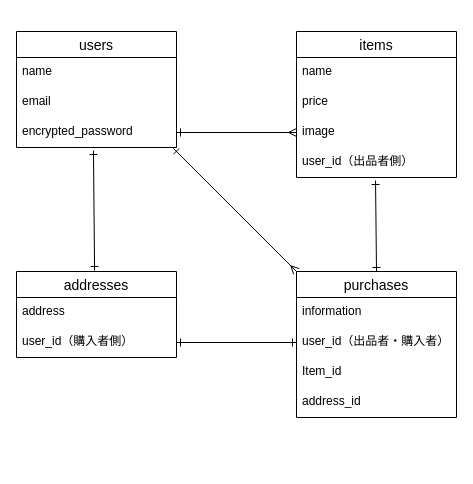
Above: er.dio in Rei-envy/furima-39366 (draw.io), before the change. Source tidied: cells renumbered, new cells numbered last; positions are measured from the earlier drawing's top-left corner, leaving out a move shared by most shapes. Both pictures are drawn from the tidied source at 100%, with x=0, y=0 at pixel (16, 31).
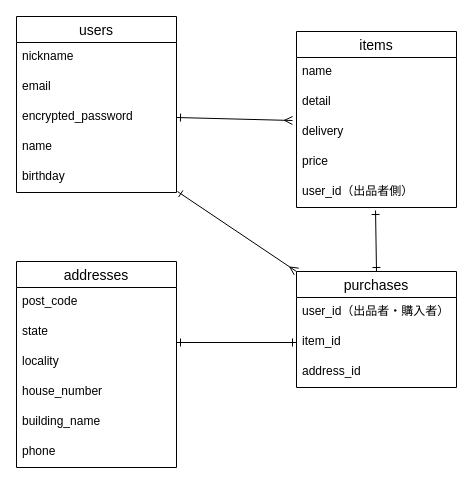
After the change.

Commit message (it also covers changes not shown here):
データベース設計の修正

Unchanged cells that the change refers to:
```xml
<mxCell id="5" value="encrypted_password" style="text;strokeColor=none;fillColor=none;spacingLeft=4;spacingRight=4;overflow=hidden;points=[[0,0.5],[1,0.5]];portConstraint=eastwest;fontSize=12;" parent="2" vertex="1">
  <mxGeometry y="86" width="160" height="30" as="geometry" />
</mxCell>
```

What changed in the source:
```diff
@@
     <mxCell id="2" value="users" style="swimlane;fontStyle=0;horizontal=1;startSize=26;align=center;fontSize=14;" parent="1" vertex="1">
-      <mxGeometry width="160" height="116" as="geometry" />
+      <mxGeometry y="-15" width="160" height="176" as="geometry" />
     </mxCell>
-    <mxCell id="3" value="name    " style="text;strokeColor=none;fillColor=none;spacingLeft=4;spacingRight=4;overflow=hidden;fontSize=12;" parent="2" vertex="1">
+    <mxCell id="3" value="nickname    " style="text;strokeColor=none;fillColor=none;spacingLeft=4;spacingRight=4;overflow=hidden;fontSize=12;" parent="2" vertex="1">
       <mxGeometry y="26" width="160" height="30" as="geometry" />
     </mxCell>
@@
+    <mxCell id="24" value="name" style="text;strokeColor=none;fillColor=none;spacingLeft=4;spacingRight=4;overflow=hidden;fontSize=12;" parent="2" vertex="1">
+      <mxGeometry y="116" width="160" height="30" as="geometry" />
+    </mxCell>
+    <mxCell id="25" value="birthday&#10;" style="text;strokeColor=none;fillColor=none;spacingLeft=4;spacingRight=4;overflow=hidden;points=[[0,0.5],[1,0.5]];portConstraint=eastwest;fontSize=12;" parent="2" vertex="1">
+      <mxGeometry y="146" width="160" height="30" as="geometry" />
+    </mxCell>
     <mxCell id="6" value="items" style="swimlane;fontStyle=0;horizontal=1;startSize=26;align=center;fontSize=14;" parent="1" vertex="1">
-      <mxGeometry x="280" width="160" height="146" as="geometry" />
+      <mxGeometry x="280" width="160" height="176" as="geometry" />
     </mxCell>
@@
+    <mxCell id="9" value="detail" style="text;strokeColor=none;fillColor=none;spacingLeft=4;spacingRight=4;overflow=hidden;points=[[0,0.5],[1,0.5]];portConstraint=eastwest;fontSize=12;" parent="6" vertex="1">
+      <mxGeometry y="56" width="160" height="30" as="geometry" />
+    </mxCell>
+    <mxCell id="26" value="delivery" style="text;strokeColor=none;fillColor=none;spacingLeft=4;spacingRight=4;overflow=hidden;points=[[0,0.5],[1,0.5]];portConstraint=eastwest;fontSize=12;" parent="6" vertex="1">
+      <mxGeometry y="86" width="160" height="30" as="geometry" />
+    </mxCell>
     <mxCell id="8" value="price" style="text;strokeColor=none;fillColor=none;spacingLeft=4;spacingRight=4;overflow=hidden;fontSize=12;" parent="6" vertex="1">
-      <mxGeometry y="56" width="160" height="30" as="geometry" />
+      <mxGeometry y="116" width="160" height="30" as="geometry" />
     </mxCell>
-    <mxCell id="9" value="image" style="text;strokeColor=none;fillColor=none;spacingLeft=4;spacingRight=4;overflow=hidden;points=[[0,0.5],[1,0.5]];portConstraint=eastwest;fontSize=12;" parent="6" vertex="1">
-      <mxGeometry y="86" width="160" height="30" as="geometry" />
-    </mxCell>
     <mxCell id="10" value="user_id（出品者側）" style="text;strokeColor=none;fillColor=none;spacingLeft=4;spacingRight=4;overflow=hidden;points=[[0,0.5],[1,0.5]];portConstraint=eastwest;fontSize=12;" parent="6" vertex="1">
-      <mxGeometry y="116" width="160" height="30" as="geometry" />
+      <mxGeometry y="146" width="160" height="30" as="geometry" />
     </mxCell>
     <mxCell id="11" value="purchases" style="swimlane;fontStyle=0;horizontal=1;startSize=26;align=center;fontSize=14;" parent="1" vertex="1">
-      <mxGeometry x="280" y="240" width="160" height="146" as="geometry" />
+      <mxGeometry x="280" y="240" width="160" height="116" as="geometry" />
     </mxCell>
-    <mxCell id="12" value="information" style="text;strokeColor=none;fillColor=none;spacingLeft=4;spacingRight=4;overflow=hidden;fontSize=12;" parent="11" vertex="1">
-      <mxGeometry y="26" width="160" height="30" as="geometry" />
-    </mxCell>
     <mxCell id="13" value="user_id（出品者・購入者）" style="text;strokeColor=none;fillColor=none;spacingLeft=4;spacingRight=4;overflow=hidden;points=[[0,0.5],[1,0.5]];portConstraint=eastwest;fontSize=12;" parent="11" vertex="1">
-      <mxGeometry y="56" width="160" height="30" as="geometry" />
+      <mxGeometry y="26" width="160" height="30" as="geometry" />
     </mxCell>
-    <mxCell id="14" value="Item_id" style="text;strokeColor=none;fillColor=none;spacingLeft=4;spacingRight=4;overflow=hidden;fontSize=12;labelBorderColor=none;" parent="11" vertex="1">
-      <mxGeometry y="86" width="160" height="30" as="geometry" />
+    <mxCell id="14" value="item_id" style="text;strokeColor=none;fillColor=none;spacingLeft=4;spacingRight=4;overflow=hidden;fontSize=12;labelBorderColor=none;" parent="11" vertex="1">
+      <mxGeometry y="56" width="160" height="30" as="geometry" />
     </mxCell>
     <mxCell id="15" value="address_id" style="text;strokeColor=none;fillColor=none;spacingLeft=4;spacingRight=4;overflow=hidden;fontSize=12;" parent="11" vertex="1">
-      <mxGeometry y="116" width="160" height="30" as="geometry" />
+      <mxGeometry y="86" width="160" height="30" as="geometry" />
     </mxCell>
     <mxCell id="16" value="addresses" style="swimlane;fontStyle=0;horizontal=1;startSize=26;align=center;fontSize=14;labelBorderColor=none;strokeColor=default;swimlaneLine=1;fillColor=default;" parent="1" vertex="1">
-      <mxGeometry y="240" width="160" height="86" as="geometry" />
+      <mxGeometry y="230" width="160" height="206" as="geometry" />
     </mxCell>
-    <mxCell id="17" value="address" style="text;strokeColor=none;fillColor=none;spacingLeft=4;spacingRight=4;overflow=hidden;fontSize=12;labelBorderColor=none;" parent="16" vertex="1">
-      <mxGeometry y="26" width="160" height="30" as="geometry" />
-    </mxCell>
-    <mxCell id="18" value="user_id（購入者側）" style="text;strokeColor=none;fillColor=none;spacingLeft=4;spacingRight=4;overflow=hidden;points=[[0,0.5],[1,0.5]];portConstraint=eastwest;fontSize=12;labelBorderColor=none;" parent="16" vertex="1">
-      <mxGeometry y="56" width="160" height="30" as="geometry" />
-    </mxCell>
+    <mxCell id="27" value="post_code" style="text;strokeColor=none;fillColor=none;spacingLeft=4;spacingRight=4;overflow=hidden;fontSize=12;" parent="16" vertex="1">
+      <mxGeometry y="26" width="160" height="30" as="geometry" />
+    </mxCell>
+    <mxCell id="28" value="state" style="text;strokeColor=none;fillColor=none;spacingLeft=4;spacingRight=4;overflow=hidden;fontSize=12;" parent="16" vertex="1">
+      <mxGeometry y="56" width="160" height="30" as="geometry" />
+    </mxCell>
+    <mxCell id="29" value="locality" style="text;strokeColor=none;fillColor=none;spacingLeft=4;spacingRight=4;overflow=hidden;fontSize=12;" parent="16" vertex="1">
+      <mxGeometry y="86" width="160" height="30" as="geometry" />
+    </mxCell>
+    <mxCell id="30" value="house_number" style="text;strokeColor=none;fillColor=none;spacingLeft=4;spacingRight=4;overflow=hidden;fontSize=12;" parent="16" vertex="1">
+      <mxGeometry y="116" width="160" height="30" as="geometry" />
+    </mxCell>
+    <mxCell id="31" value="building_name" style="text;strokeColor=none;fillColor=none;spacingLeft=4;spacingRight=4;overflow=hidden;fontSize=12;" parent="16" vertex="1">
+      <mxGeometry y="146" width="160" height="30" as="geometry" />
+    </mxCell>
+    <mxCell id="32" value="phone" style="text;strokeColor=none;fillColor=none;spacingLeft=4;spacingRight=4;overflow=hidden;fontSize=12;" parent="16" vertex="1">
+      <mxGeometry y="176" width="160" height="30" as="geometry" />
+    </mxCell>
-    <mxCell id="19" style="html=1;exitX=1;exitY=0.5;exitDx=0;exitDy=0;entryX=0;entryY=0.5;entryDx=0;entryDy=0;horizontal=1;endArrow=ERmany;endFill=0;startArrow=ERone;startFill=0;" parent="1" edge="1" source="5" target="9">
+    <mxCell id="19" style="html=1;entryX=-0.025;entryY=0.1;entryDx=0;entryDy=0;horizontal=1;endArrow=ERmany;endFill=0;startArrow=ERone;startFill=0;exitX=1;exitY=0.5;exitDx=0;exitDy=0;entryPerimeter=0;" parent="1" edge="1" source="5" target="26">
       <mxGeometry relative="1" as="geometry" />
     </mxCell>
-    <mxCell id="20" style="endArrow=ERone;html=1;rounded=0;entryX=0.488;entryY=-0.012;entryDx=0;entryDy=0;entryPerimeter=0;startArrow=ERone;startFill=0;endFill=0;exitX=0.481;exitY=1.1;exitDx=0;exitDy=0;exitPerimeter=0;" parent="1" edge="1" source="5" target="16">
-      <mxGeometry relative="1" as="geometry" />
-    </mxCell>
@@
-    <mxCell id="22" style="endArrow=ERmany;html=1;rounded=0;exitX=0.981;exitY=1.033;exitDx=0;exitDy=0;exitPerimeter=0;startArrow=ERone;startFill=0;endFill=0;entryX=0;entryY=0;entryDx=0;entryDy=0;" parent="1" edge="1" source="5" target="11">
+    <mxCell id="22" style="endArrow=ERmany;html=1;rounded=0;startArrow=ERone;startFill=0;endFill=0;entryX=0;entryY=0;entryDx=0;entryDy=0;exitX=1.006;exitY=0.967;exitDx=0;exitDy=0;exitPerimeter=0;" parent="1" edge="1" source="25" target="11">
       <mxGeometry relative="1" as="geometry" />
     </mxCell>
-    <mxCell id="23" style="edgeStyle=none;html=1;exitX=1;exitY=0.5;exitDx=0;exitDy=0;entryX=0;entryY=0.5;entryDx=0;entryDy=0;startArrow=ERone;startFill=0;endArrow=ERone;endFill=0;" parent="1" edge="1" source="18" target="13">
-      <mxGeometry relative="1" as="geometry" />
+    <mxCell id="23" style="edgeStyle=none;html=1;exitX=1;exitY=0.5;exitDx=0;exitDy=0;startArrow=ERone;startFill=0;endArrow=ERone;endFill=0;" parent="1" edge="1">
+      <mxGeometry relative="1" as="geometry">
+        <mxPoint x="160" y="311" as="sourcePoint" />
+        <mxPoint x="280" y="311" as="targetPoint" />
+      </mxGeometry>
     </mxCell>
```
